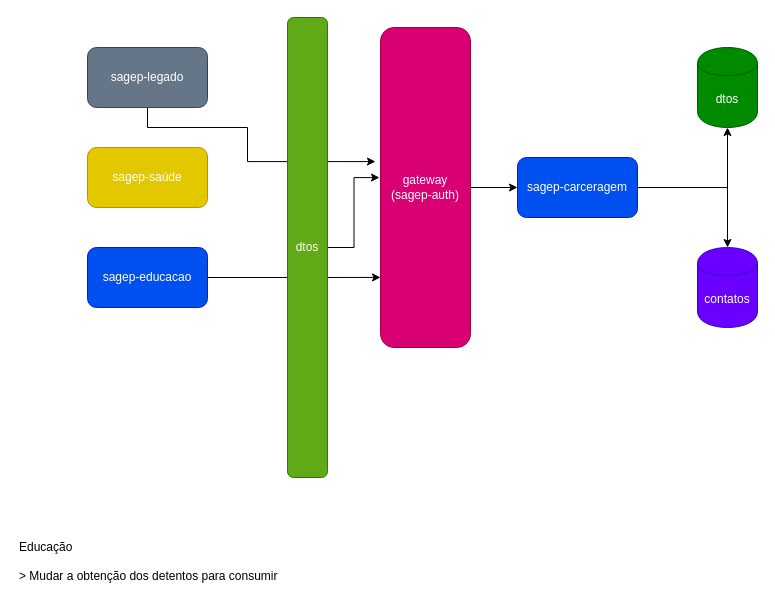
The draw.io diagram page "PatialSagep" (12 of 13) of br-bit/RoadMap-2023.drawio in sigespweb22/project-manager, before the edit. Source tidied: cells renumbered, new cells numbered last; positions are measured from the earlier drawing's top-left corner, leaving out a move shared by most shapes. Both pictures are drawn from the tidied source at 100%, with x=0, y=0 at pixel (17, 17).
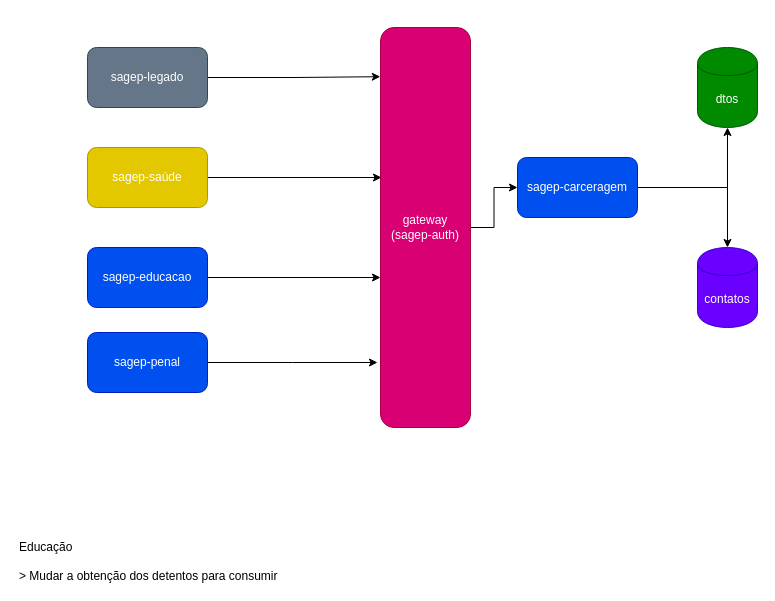
The same page after the edit.

The change refers to these unchanged cells:
```xml
<mxCell id="3" value="sagep-legado" style="rounded=1;whiteSpace=wrap;html=1;fillColor=#647687;strokeColor=#314354;fontColor=#ffffff;" parent="1" vertex="1">
  <mxGeometry x="70" y="30" width="120" height="60" as="geometry" />
</mxCell>
<mxCell id="4" value="sagep-saúde" style="rounded=1;whiteSpace=wrap;html=1;fillColor=#e3c800;strokeColor=#B09500;fontColor=#ffffff;" parent="1" vertex="1">
  <mxGeometry x="70" y="130" width="120" height="60" as="geometry" />
</mxCell>
<mxCell id="5" value="sagep-educacao" style="rounded=1;whiteSpace=wrap;html=1;fillColor=#0050ef;strokeColor=#001DBC;fontColor=#ffffff;" parent="1" vertex="1">
  <mxGeometry x="70" y="230" width="120" height="60" as="geometry" />
</mxCell>
```

Diff of the diagram source:
```diff
@@
-    <mxCell id="2" style="edgeStyle=orthogonalEdgeStyle;rounded=0;jettySize=auto;html=1;entryX=-0.056;entryY=0.419;entryDx=0;entryDy=0;entryPerimeter=0;" parent="1" edge="1" source="3" target="7">
-      <mxGeometry relative="1" as="geometry">
-        <Array as="points">
-          <mxPoint x="130" y="110" />
-          <mxPoint x="230" y="110" />
-          <mxPoint x="230" y="144" />
-        </Array>
-      </mxGeometry>
+    <mxCell id="2" style="edgeStyle=orthogonalEdgeStyle;rounded=0;jettySize=auto;html=1;entryX=-0.002;entryY=0.123;entryDx=0;entryDy=0;entryPerimeter=0;" parent="1" edge="1" source="3" target="7">
+      <mxGeometry relative="1" as="geometry" />
     </mxCell>
@@
+    <mxCell id="17" style="edgeStyle=orthogonalEdgeStyle;rounded=0;jettySize=auto;html=1;" parent="1" edge="1" source="4">
+      <mxGeometry relative="1" as="geometry">
+        <mxPoint x="364" y="160" as="targetPoint" />
+        <Array as="points">
+          <mxPoint x="363" y="160" />
+        </Array>
+      </mxGeometry>
+    </mxCell>
@@
     <mxCell id="7" value="gateway&lt;br&gt;(sagep-auth)" style="rounded=1;whiteSpace=wrap;html=1;fillColor=#d80073;strokeColor=#A50040;fontColor=#ffffff;" parent="1" vertex="1">
-      <mxGeometry x="363" y="10" width="90" height="320" as="geometry" />
+      <mxGeometry x="363" y="10" width="90" height="400" as="geometry" />
     </mxCell>
@@
-    <mxCell id="11" style="edgeStyle=orthogonalEdgeStyle;rounded=0;jettySize=auto;html=1;entryX=-0.011;entryY=0.469;entryDx=0;entryDy=0;entryPerimeter=0;" parent="1" edge="1" source="15" target="7">
-      <mxGeometry relative="1" as="geometry" />
-    </mxCell>
-    <mxCell id="12" style="edgeStyle=orthogonalEdgeStyle;rounded=0;jettySize=auto;html=1;entryX=0;entryY=0.781;entryDx=0;entryDy=0;entryPerimeter=0;" parent="1" edge="1" source="5" target="7">
-      <mxGeometry relative="1" as="geometry" />
+    <mxCell id="12" style="edgeStyle=orthogonalEdgeStyle;rounded=0;jettySize=auto;html=1;" parent="1" edge="1" source="5">
+      <mxGeometry relative="1" as="geometry">
+        <mxPoint x="363" y="260" as="targetPoint" />
+        <Array as="points">
+          <mxPoint x="363" y="260" />
+        </Array>
+      </mxGeometry>
     </mxCell>
@@
-    <mxCell id="15" value="dtos" style="rounded=1;whiteSpace=wrap;html=1;fillColor=#60a917;strokeColor=#2D7600;fontColor=#ffffff;" parent="1" vertex="1">
-      <mxGeometry x="270" width="40" height="460" as="geometry" />
-    </mxCell>
@@
+    <mxCell id="18" style="edgeStyle=orthogonalEdgeStyle;rounded=0;jettySize=auto;html=1;" parent="1" edge="1" source="19">
+      <mxGeometry relative="1" as="geometry">
+        <mxPoint x="360" y="345" as="targetPoint" />
+      </mxGeometry>
+    </mxCell>
+    <mxCell id="19" value="sagep-penal" style="rounded=1;whiteSpace=wrap;html=1;fillColor=#0050ef;strokeColor=#001DBC;fontColor=#ffffff;" parent="1" vertex="1">
+      <mxGeometry x="70" y="315" width="120" height="60" as="geometry" />
+    </mxCell>
```
